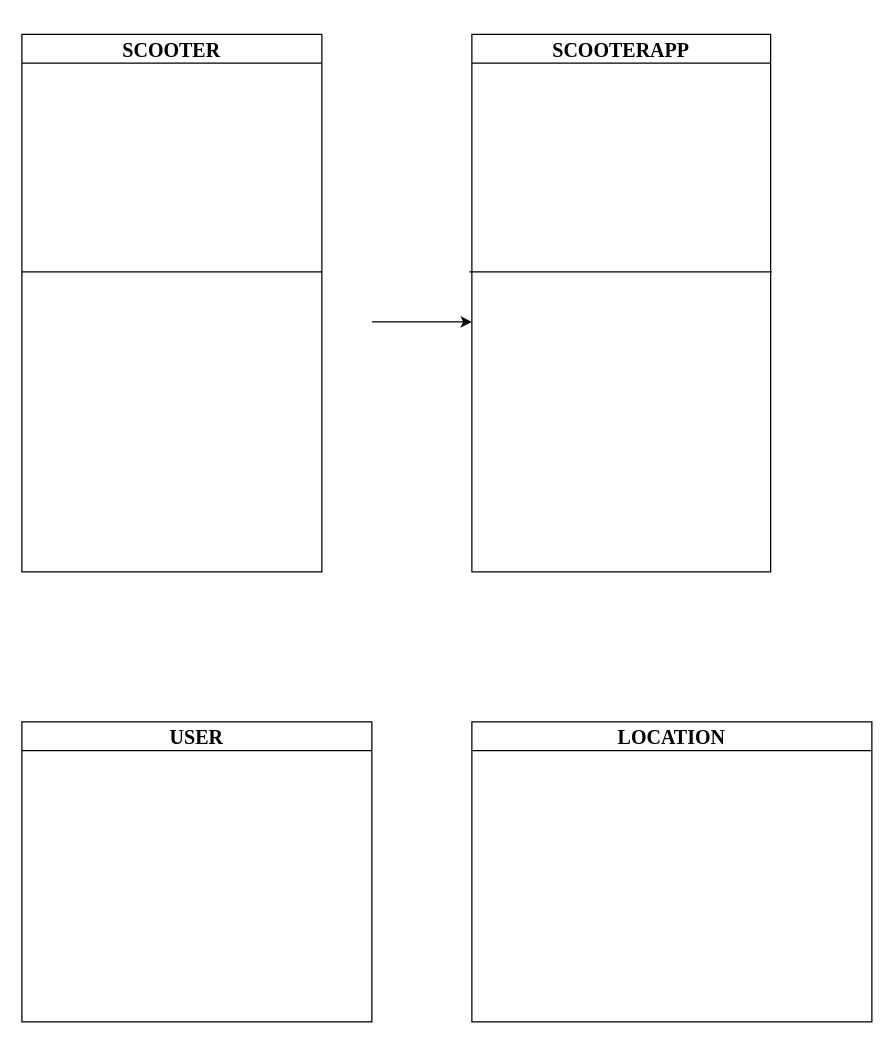
This is page "Class diagram" (2 of 3) of Scooter diagram.drawio from NadegeTenku/Scooter-Challenge, a draw.io file, before an edit. Source tidied: cells renumbered, new cells numbered last; positions are measured from the earlier drawing's top-left corner, leaving out a move shared by most shapes. Both pictures are drawn from the tidied source at 125%, with x=0, y=0 at pixel (21, 34).
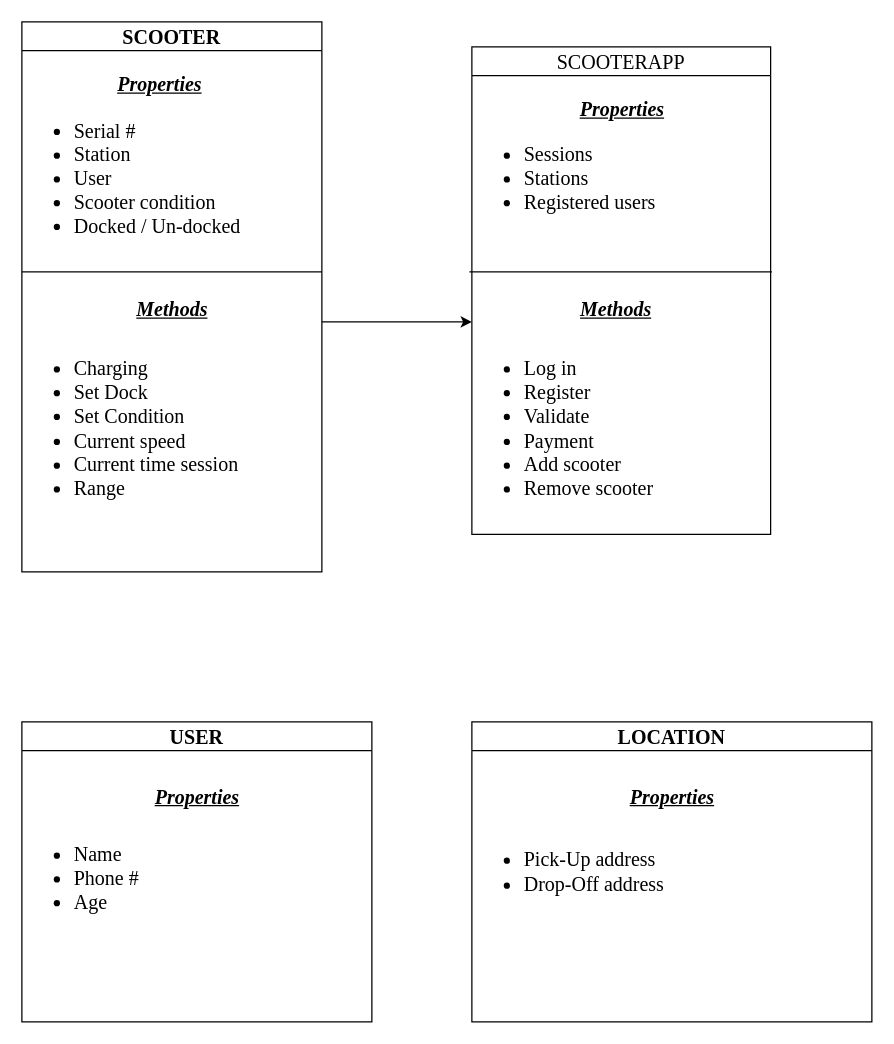
The same diagram, later.

Unchanged cells that the change refers to:
```xml
<mxCell id="6" value="USER" style="swimlane;fontFamily=Times New Roman;fontSize=16;" parent="1" vertex="1">
  <mxGeometry y="550" width="280" height="240" as="geometry" />
</mxCell>
<mxCell id="8" value="LOCATION" style="swimlane;fontFamily=Times New Roman;fontSize=16;" parent="1" vertex="1">
  <mxGeometry x="360" y="550" width="320" height="240" as="geometry" />
</mxCell>
```

The edit, as a diff of the source:
```diff
@@
     <mxCell id="2" value="SCOOTER" style="swimlane;fontFamily=Times New Roman;fontSize=16;" parent="1" vertex="1">
-      <mxGeometry width="240" height="430" as="geometry" />
+      <mxGeometry y="-10" width="240" height="440" as="geometry" />
     </mxCell>
+    <mxCell id="9" value="&lt;i&gt;&lt;u&gt;&lt;b&gt;Properties&lt;/b&gt;&lt;/u&gt;&lt;/i&gt;" style="text;html=1;align=center;verticalAlign=middle;strokeColor=none;fillColor=none;fontSize=16;fontFamily=Times New Roman;" parent="2" vertex="1">
+      <mxGeometry x="70" y="40" width="80" height="20" as="geometry" />
+    </mxCell>
+    <mxCell id="10" value="&lt;i&gt;&lt;u&gt;&lt;b&gt;Methods&lt;/b&gt;&lt;/u&gt;&lt;/i&gt;" style="text;html=1;align=center;verticalAlign=middle;strokeColor=none;fillColor=none;fontSize=16;fontFamily=Times New Roman;" parent="2" vertex="1">
+      <mxGeometry x="85" y="220" width="70" height="20" as="geometry" />
+    </mxCell>
+    <mxCell id="11" value="&lt;ul&gt;&lt;li&gt;Serial #&lt;/li&gt;&lt;li&gt;Station&lt;/li&gt;&lt;li&gt;User&lt;/li&gt;&lt;li&gt;Scooter condition&lt;/li&gt;&lt;li&gt;Docked / Un-docked&lt;/li&gt;&lt;/ul&gt;" style="text;html=1;align=left;verticalAlign=middle;strokeColor=none;fillColor=none;fontSize=16;fontFamily=Times New Roman;" parent="2" vertex="1">
+      <mxGeometry y="60" width="190" height="130" as="geometry" />
+    </mxCell>
+    <mxCell id="12" value="&lt;ul&gt;&lt;li&gt;Charging&lt;/li&gt;&lt;li&gt;Set Dock&lt;/li&gt;&lt;li&gt;Set Condition&lt;/li&gt;&lt;li&gt;Current speed&lt;/li&gt;&lt;li&gt;Current time session&lt;/li&gt;&lt;li&gt;Range&lt;/li&gt;&lt;/ul&gt;" style="text;html=1;align=left;verticalAlign=middle;strokeColor=none;fillColor=none;fontSize=16;fontFamily=Times New Roman;" parent="2" vertex="1">
+      <mxGeometry y="250" width="190" height="150" as="geometry" />
+    </mxCell>
@@
-    <mxCell id="4" value="SCOOTERAPP" style="swimlane;fontFamily=Times New Roman;fontSize=16;" parent="1" vertex="1">
-      <mxGeometry x="360" width="239" height="430" as="geometry" />
+    <mxCell id="4" value="SCOOTERAPP" style="swimlane;fontFamily=Times New Roman;fontSize=16;fontStyle=0;" parent="1" vertex="1">
+      <mxGeometry x="360" y="10" width="239" height="390" as="geometry" />
     </mxCell>
+    <mxCell id="13" value="&lt;i&gt;&lt;u&gt;&lt;b&gt;Properties&lt;/b&gt;&lt;/u&gt;&lt;/i&gt;" style="text;html=1;align=center;verticalAlign=middle;strokeColor=none;fillColor=none;fontSize=16;fontFamily=Times New Roman;" parent="4" vertex="1">
+      <mxGeometry x="79.5" y="40" width="80" height="20" as="geometry" />
+    </mxCell>
+    <mxCell id="14" value="&lt;i&gt;&lt;u&gt;&lt;b&gt;Methods&lt;/b&gt;&lt;/u&gt;&lt;/i&gt;" style="text;html=1;align=center;verticalAlign=middle;strokeColor=none;fillColor=none;fontSize=16;fontFamily=Times New Roman;" parent="4" vertex="1">
+      <mxGeometry x="79.5" y="200" width="70" height="20" as="geometry" />
+    </mxCell>
+    <mxCell id="15" value="&lt;ul&gt;&lt;li&gt;Sessions&lt;/li&gt;&lt;li&gt;Stations&lt;/li&gt;&lt;li&gt;Registered users&lt;/li&gt;&lt;/ul&gt;" style="text;html=1;align=left;verticalAlign=middle;strokeColor=none;fillColor=none;fontSize=16;fontFamily=Times New Roman;" parent="4" vertex="1">
+      <mxGeometry y="60" width="160" height="90" as="geometry" />
+    </mxCell>
+    <mxCell id="16" value="&lt;ul&gt;&lt;li&gt;Log in&lt;/li&gt;&lt;li&gt;Register&lt;/li&gt;&lt;li&gt;Validate&lt;/li&gt;&lt;li&gt;Payment&lt;/li&gt;&lt;li&gt;Add scooter&lt;/li&gt;&lt;li&gt;Remove scooter&lt;/li&gt;&lt;/ul&gt;" style="text;html=1;align=left;verticalAlign=middle;strokeColor=none;fillColor=none;fontSize=16;fontFamily=Times New Roman;" parent="4" vertex="1">
+      <mxGeometry y="230" width="160" height="150" as="geometry" />
+    </mxCell>
@@
+    <mxCell id="17" value="&lt;ul&gt;&lt;li&gt;Name&lt;/li&gt;&lt;li&gt;Phone #&lt;/li&gt;&lt;li&gt;Age&lt;/li&gt;&lt;/ul&gt;" style="text;html=1;align=left;verticalAlign=middle;strokeColor=none;fillColor=none;fontSize=16;fontFamily=Times New Roman;" parent="6" vertex="1">
+      <mxGeometry y="80" width="110" height="90" as="geometry" />
+    </mxCell>
+    <mxCell id="18" value="&lt;i&gt;&lt;u&gt;&lt;b&gt;Properties&lt;/b&gt;&lt;/u&gt;&lt;/i&gt;" style="text;html=1;align=center;verticalAlign=middle;strokeColor=none;fillColor=none;fontSize=16;fontFamily=Times New Roman;" parent="6" vertex="1">
+      <mxGeometry x="100" y="50" width="80" height="20" as="geometry" />
+    </mxCell>
     <mxCell id="7" style="endArrow=classic;html=1;rounded=0;fontFamily=Times New Roman;fontSize=16;" parent="1" edge="1">
       <mxGeometry relative="1" as="geometry">
-        <mxPoint x="280" y="230" as="sourcePoint" />
+        <mxPoint x="240" y="230" as="sourcePoint" />
         <mxPoint x="360" y="230" as="targetPoint" />
       </mxGeometry>
     </mxCell>
@@
+    <mxCell id="19" value="&lt;ul&gt;&lt;li&gt;Pick-Up address&lt;/li&gt;&lt;li&gt;Drop-Off address&lt;/li&gt;&lt;/ul&gt;" style="text;html=1;align=left;verticalAlign=middle;strokeColor=none;fillColor=none;fontSize=16;fontFamily=Times New Roman;" parent="8" vertex="1">
+      <mxGeometry y="80" width="170" height="80" as="geometry" />
+    </mxCell>
+    <mxCell id="20" value="&lt;i&gt;&lt;u&gt;&lt;b&gt;Properties&lt;/b&gt;&lt;/u&gt;&lt;/i&gt;" style="text;html=1;align=center;verticalAlign=middle;strokeColor=none;fillColor=none;fontSize=16;fontFamily=Times New Roman;" parent="8" vertex="1">
+      <mxGeometry x="120" y="50" width="80" height="20" as="geometry" />
+    </mxCell>
```
